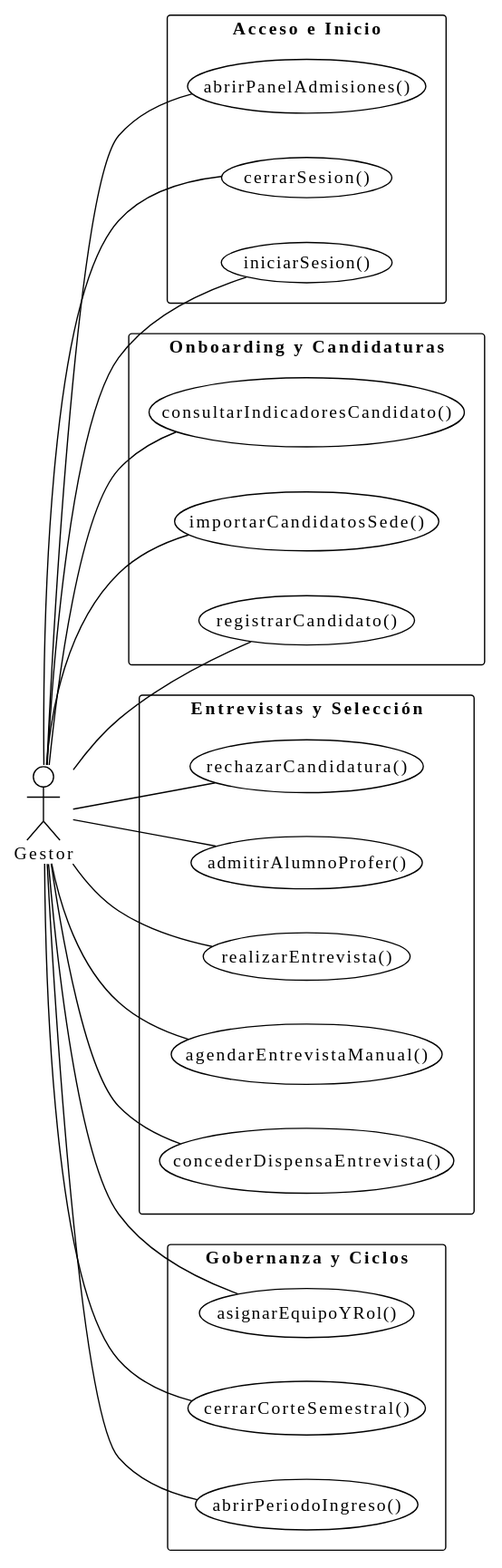
Above: images/RUP/01-requisitos/01-actores-casos-uso/actoresCasosUsoGestor.svg in TheMoys/CTS-Academy (PlantUML), before the change. Source of this version:
```plantuml
@startuml
!theme plain
left to right direction
skinparam packageStyle rectangle

actor Gestor

package "Acceso e Inicio" {
  usecase iniciarSesion as "iniciarSesion()"
  usecase cerrarSesion as "cerrarSesion()"
  usecase abrirPanelAdmisiones as "abrirPanelAdmisiones()"
}

package "Onboarding y Candidaturas" {
  usecase registrarCandidato as "registrarCandidato()"
  usecase importarCandidatosSede as "importarCandidatosSede()"
  usecase consultarIndicadoresCandidato as "consultarIndicadoresCandidato()"
}

package "Entrevistas y Selección" {
  usecase concederDispensaEntrevista as "concederDispensaEntrevista()"
  usecase agendarEntrevistaManual as "agendarEntrevistaManual()"
  usecase realizarEntrevista as "realizarEntrevista()"
  usecase admitirAlumnoProfer as "admitirAlumnoProfer()"
  usecase rechazarCandidatura as "rechazarCandidatura()"
}

package "Gobernanza y Ciclos" {
  usecase abrirPeriodoIngreso as "abrirPeriodoIngreso()"
  usecase cerrarCorteSemestral as "cerrarCorteSemestral()"
  usecase asignarEquipoYRol as "asignarEquipoYRol()"
}

Gestor -- iniciarSesion
Gestor -- cerrarSesion
Gestor -- abrirPanelAdmisiones

Gestor -- registrarCandidato
Gestor -- importarCandidatosSede
Gestor -- consultarIndicadoresCandidato

Gestor -- concederDispensaEntrevista
Gestor -- agendarEntrevistaManual
Gestor -- realizarEntrevista
Gestor -- admitirAlumnoProfer
Gestor -- rechazarCandidatura

Gestor -- abrirPeriodoIngreso
Gestor -- cerrarCorteSemestral
Gestor -- asignarEquipoYRol
@enduml
```
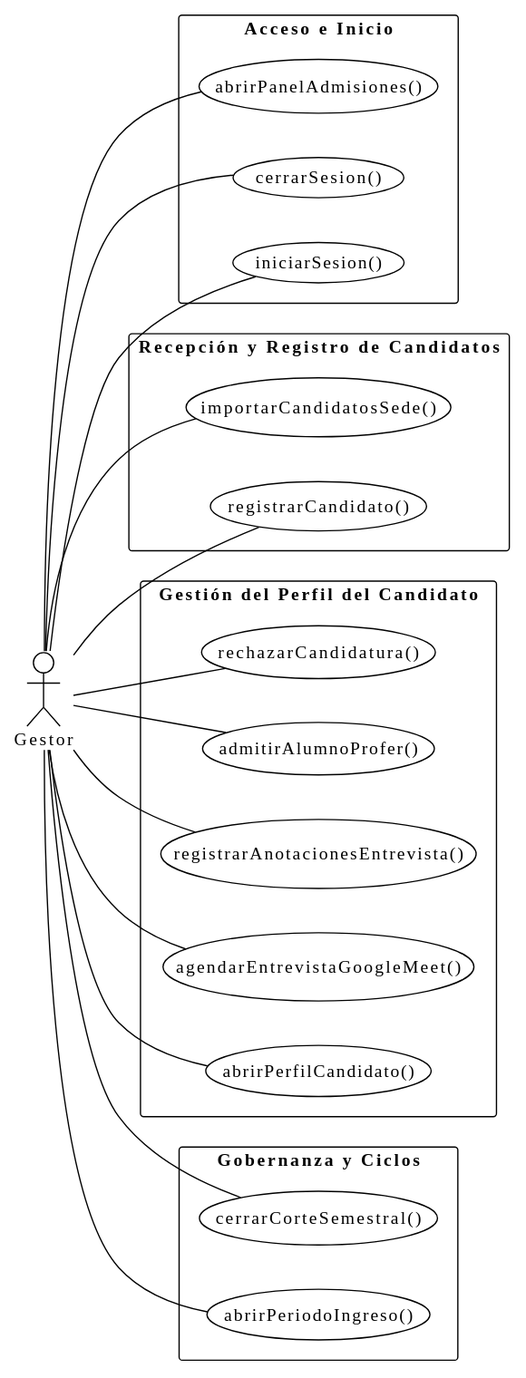
Later version of the same file.

The edit, as a diff of the source:
```diff
@@ -11,16 +11,15 @@
   usecase abrirPanelAdmisiones as "abrirPanelAdmisiones()"
 }
 
-package "Onboarding y Candidaturas" {
+package "Recepción y Registro de Candidatos" {
   usecase registrarCandidato as "registrarCandidato()"
   usecase importarCandidatosSede as "importarCandidatosSede()"
-  usecase consultarIndicadoresCandidato as "consultarIndicadoresCandidato()"
 }
 
-package "Entrevistas y Selección" {
-  usecase concederDispensaEntrevista as "concederDispensaEntrevista()"
-  usecase agendarEntrevistaManual as "agendarEntrevistaManual()"
-  usecase realizarEntrevista as "realizarEntrevista()"
+package "Gestión del Perfil del Candidato" {
+  usecase abrirPerfilCandidato as "abrirPerfilCandidato()"
+  usecase agendarEntrevistaGoogleMeet as "agendarEntrevistaGoogleMeet()"
+  usecase registrarAnotacionesEntrevista as "registrarAnotacionesEntrevista()"
   usecase admitirAlumnoProfer as "admitirAlumnoProfer()"
   usecase rechazarCandidatura as "rechazarCandidatura()"
 }
@@ -28,7 +27,6 @@
 package "Gobernanza y Ciclos" {
   usecase abrirPeriodoIngreso as "abrirPeriodoIngreso()"
   usecase cerrarCorteSemestral as "cerrarCorteSemestral()"
-  usecase asignarEquipoYRol as "asignarEquipoYRol()"
 }
 
 Gestor -- iniciarSesion
@@ -37,15 +35,13 @@
 
 Gestor -- registrarCandidato
 Gestor -- importarCandidatosSede
-Gestor -- consultarIndicadoresCandidato
 
-Gestor -- concederDispensaEntrevista
-Gestor -- agendarEntrevistaManual
-Gestor -- realizarEntrevista
+Gestor -- abrirPerfilCandidato
+Gestor -- agendarEntrevistaGoogleMeet
+Gestor -- registrarAnotacionesEntrevista
 Gestor -- admitirAlumnoProfer
 Gestor -- rechazarCandidatura
 
 Gestor -- abrirPeriodoIngreso
 Gestor -- cerrarCorteSemestral
-Gestor -- asignarEquipoYRol
 @enduml
```
